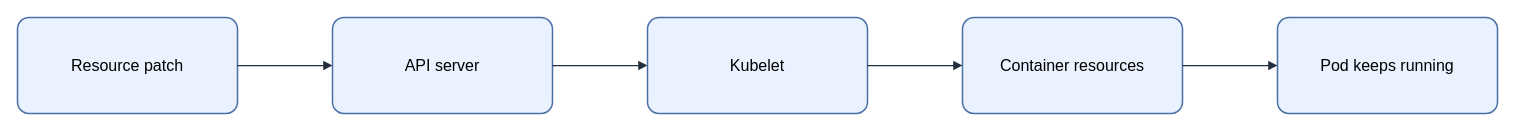
Before: assets/img/kubernetes/in-place-pod-resource-resize.drawio in KKamJi98/kkamji98.github.io, a draw.io diagram. Source tidied: cells renumbered, new cells numbered last; positions are measured from the earlier drawing's top-left corner, leaving out a move shared by most shapes. Both pictures are drawn from the tidied source at 100%, with x=0, y=0 at pixel (17, 17).
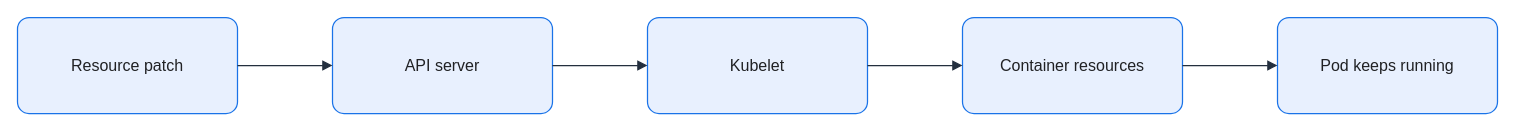
The same page after the edit.

What changed in the source:
```diff
@@
 <mxGraphModel background="#FFFFFF">
   <root>
     <mxCell id="0" />
     <mxCell id="1" parent="0" />
-    <mxCell id="2" value="Resource patch" style="rounded=1;arcSize=12;whiteSpace=wrap;html=0;fillColor=#EAF2FF;strokeColor=#4A6FA5;strokeWidth=1.5;fontColor=#000000;fontSize=16;align=center;verticalAlign=middle;spacing=8;shadow=0;" parent="1" vertex="1">
+    <mxCell id="2" value="Resource patch" style="rounded=1;arcSize=12;whiteSpace=wrap;html=0;fillColor=#E8F0FE;strokeColor=#1A73E8;strokeWidth=1.25;fontColor=#202124;fontSize=16;align=center;verticalAlign=middle;spacing=8;shadow=0;" parent="1" vertex="1">
       <mxGeometry width="220" height="96" as="geometry" />
     </mxCell>
-    <mxCell id="3" value="API server" style="rounded=1;arcSize=12;whiteSpace=wrap;html=0;fillColor=#EAF2FF;strokeColor=#4A6FA5;strokeWidth=1.5;fontColor=#000000;fontSize=16;align=center;verticalAlign=middle;spacing=8;shadow=0;" parent="1" vertex="1">
+    <mxCell id="3" value="API server" style="rounded=1;arcSize=12;whiteSpace=wrap;html=0;fillColor=#E8F0FE;strokeColor=#1A73E8;strokeWidth=1.25;fontColor=#202124;fontSize=16;align=center;verticalAlign=middle;spacing=8;shadow=0;" parent="1" vertex="1">
       <mxGeometry x="315" width="220" height="96" as="geometry" />
     </mxCell>
-    <mxCell id="4" value="Kubelet" style="rounded=1;arcSize=12;whiteSpace=wrap;html=0;fillColor=#EAF2FF;strokeColor=#4A6FA5;strokeWidth=1.5;fontColor=#000000;fontSize=16;align=center;verticalAlign=middle;spacing=8;shadow=0;" parent="1" vertex="1">
+    <mxCell id="4" value="Kubelet" style="rounded=1;arcSize=12;whiteSpace=wrap;html=0;fillColor=#E8F0FE;strokeColor=#1A73E8;strokeWidth=1.25;fontColor=#202124;fontSize=16;align=center;verticalAlign=middle;spacing=8;shadow=0;" parent="1" vertex="1">
       <mxGeometry x="630" width="220" height="96" as="geometry" />
     </mxCell>
-    <mxCell id="5" value="Container resources" style="rounded=1;arcSize=12;whiteSpace=wrap;html=0;fillColor=#EAF2FF;strokeColor=#4A6FA5;strokeWidth=1.5;fontColor=#000000;fontSize=16;align=center;verticalAlign=middle;spacing=8;shadow=0;" parent="1" vertex="1">
+    <mxCell id="5" value="Container resources" style="rounded=1;arcSize=12;whiteSpace=wrap;html=0;fillColor=#E8F0FE;strokeColor=#1A73E8;strokeWidth=1.25;fontColor=#202124;fontSize=16;align=center;verticalAlign=middle;spacing=8;shadow=0;" parent="1" vertex="1">
       <mxGeometry x="945" width="220" height="96" as="geometry" />
     </mxCell>
-    <mxCell id="6" value="Pod keeps running" style="rounded=1;arcSize=12;whiteSpace=wrap;html=0;fillColor=#EAF2FF;strokeColor=#4A6FA5;strokeWidth=1.5;fontColor=#000000;fontSize=16;align=center;verticalAlign=middle;spacing=8;shadow=0;" parent="1" vertex="1">
+    <mxCell id="6" value="Pod keeps running" style="rounded=1;arcSize=12;whiteSpace=wrap;html=0;fillColor=#E8F0FE;strokeColor=#1A73E8;strokeWidth=1.25;fontColor=#202124;fontSize=16;align=center;verticalAlign=middle;spacing=8;shadow=0;" parent="1" vertex="1">
       <mxGeometry x="1260" width="220" height="96" as="geometry" />
     </mxCell>
-    <mxCell id="7" style="edgeStyle=orthogonalEdgeStyle;rounded=0;jettySize=auto;html=0;endArrow=block;endFill=1;strokeColor=#232F3E;strokeWidth=1.25;fontColor=#000000;labelBackgroundColor=none;exitX=1;exitY=0.5;exitDx=0;exitDy=0;entryX=0;entryY=0.5;entryDx=0;entryDy=0;" parent="1" edge="1" source="2" target="3">
+    <mxCell id="7" style="edgeStyle=orthogonalEdgeStyle;rounded=0;jettySize=auto;html=0;endArrow=block;endFill=1;strokeColor=#232F3E;strokeWidth=1.25;fontColor=#202124;labelBackgroundColor=none;exitX=1;exitY=0.5;exitDx=0;exitDy=0;entryX=0;entryY=0.5;entryDx=0;entryDy=0;endSize=7;" parent="1" edge="1" source="2" target="3">
       <mxGeometry relative="1" as="geometry" />
     </mxCell>
-    <mxCell id="8" style="edgeStyle=orthogonalEdgeStyle;rounded=0;jettySize=auto;html=0;endArrow=block;endFill=1;strokeColor=#232F3E;strokeWidth=1.25;fontColor=#000000;labelBackgroundColor=none;exitX=1;exitY=0.5;exitDx=0;exitDy=0;entryX=0;entryY=0.5;entryDx=0;entryDy=0;" parent="1" edge="1" source="3" target="4">
+    <mxCell id="8" style="edgeStyle=orthogonalEdgeStyle;rounded=0;jettySize=auto;html=0;endArrow=block;endFill=1;strokeColor=#232F3E;strokeWidth=1.25;fontColor=#202124;labelBackgroundColor=none;exitX=1;exitY=0.5;exitDx=0;exitDy=0;entryX=0;entryY=0.5;entryDx=0;entryDy=0;endSize=7;" parent="1" edge="1" source="3" target="4">
       <mxGeometry relative="1" as="geometry" />
     </mxCell>
-    <mxCell id="9" style="edgeStyle=orthogonalEdgeStyle;rounded=0;jettySize=auto;html=0;endArrow=block;endFill=1;strokeColor=#232F3E;strokeWidth=1.25;fontColor=#000000;labelBackgroundColor=none;exitX=1;exitY=0.5;exitDx=0;exitDy=0;entryX=0;entryY=0.5;entryDx=0;entryDy=0;" parent="1" edge="1" source="4" target="5">
+    <mxCell id="9" style="edgeStyle=orthogonalEdgeStyle;rounded=0;jettySize=auto;html=0;endArrow=block;endFill=1;strokeColor=#232F3E;strokeWidth=1.25;fontColor=#202124;labelBackgroundColor=none;exitX=1;exitY=0.5;exitDx=0;exitDy=0;entryX=0;entryY=0.5;entryDx=0;entryDy=0;endSize=7;" parent="1" edge="1" source="4" target="5">
       <mxGeometry relative="1" as="geometry" />
     </mxCell>
-    <mxCell id="10" style="edgeStyle=orthogonalEdgeStyle;rounded=0;jettySize=auto;html=0;endArrow=block;endFill=1;strokeColor=#232F3E;strokeWidth=1.25;fontColor=#000000;labelBackgroundColor=none;exitX=1;exitY=0.5;exitDx=0;exitDy=0;entryX=0;entryY=0.5;entryDx=0;entryDy=0;" parent="1" edge="1" source="5" target="6">
+    <mxCell id="10" style="edgeStyle=orthogonalEdgeStyle;rounded=0;jettySize=auto;html=0;endArrow=block;endFill=1;strokeColor=#232F3E;strokeWidth=1.25;fontColor=#202124;labelBackgroundColor=none;exitX=1;exitY=0.5;exitDx=0;exitDy=0;entryX=0;entryY=0.5;entryDx=0;entryDy=0;endSize=7;" parent="1" edge="1" source="5" target="6">
       <mxGeometry relative="1" as="geometry" />
     </mxCell>
   </root>
 </mxGraphModel>
```
